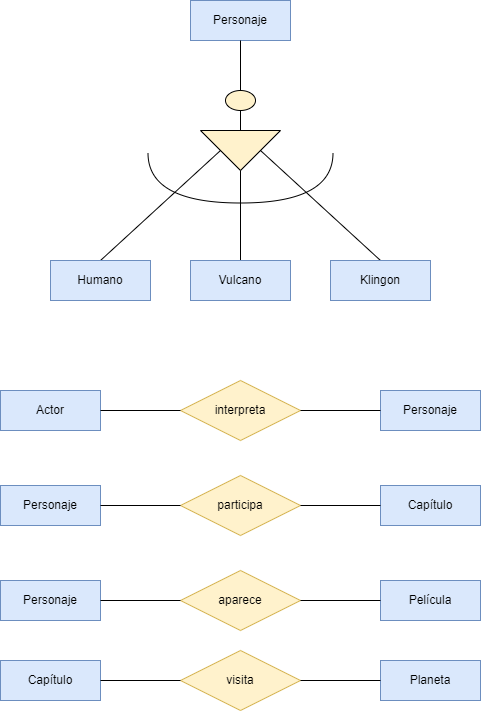
Above: Unidad-1/Tareas/Tarea_Entregable-3/Diagrama Tarea Entregable 3.drawio.png in RafaelMayor/base-datos (draw.io), before the change. Source tidied: cells renumbered, new cells last; positions are measured from the earlier drawing's top-left corner, leaving out a move shared by most shapes.
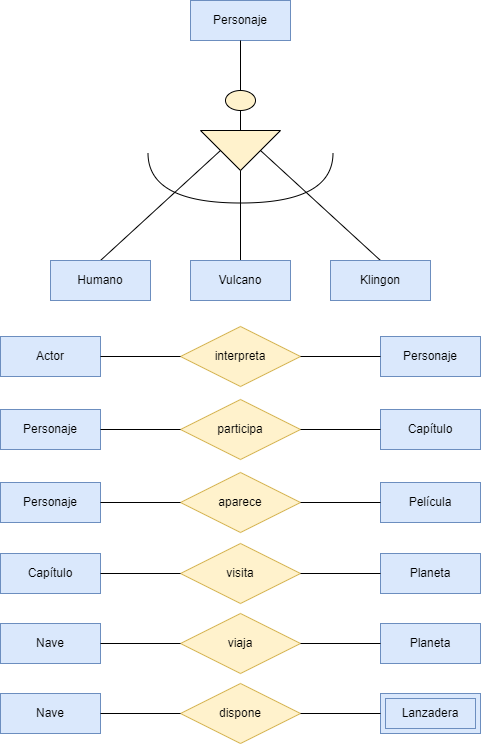
The same diagram one commit later.

What changed in the source:
```diff
@@ -3,16 +3,16 @@
     <mxCell id="0" />
     <mxCell id="1" parent="0" />
     <mxCell id="2" value="Actor" style="whiteSpace=wrap;html=1;align=center;fillColor=#dae8fc;strokeColor=#6c8ebf;" parent="1" vertex="1">
-      <mxGeometry y="390" width="100" height="40" as="geometry" />
+      <mxGeometry y="276" width="100" height="40" as="geometry" />
     </mxCell>
     <mxCell id="3" value="Personaje" style="whiteSpace=wrap;html=1;align=center;fillColor=#dae8fc;strokeColor=#6c8ebf;" parent="1" vertex="1">
-      <mxGeometry x="190" width="100" height="40" as="geometry" />
+      <mxGeometry x="190" y="-60" width="100" height="40" as="geometry" />
     </mxCell>
     <mxCell id="4" style="ellipse;whiteSpace=wrap;html=1;fillColor=#fff2cc;strokeColor=#000000;" parent="1" vertex="1">
-      <mxGeometry x="225" y="90" width="30" height="20" as="geometry" />
+      <mxGeometry x="225" y="30" width="30" height="20" as="geometry" />
     </mxCell>
     <mxCell id="5" style="triangle;whiteSpace=wrap;html=1;rotation=90;fillColor=#fff2cc;strokeColor=#000000;" parent="1" vertex="1">
-      <mxGeometry x="220" y="110" width="40" height="80" as="geometry" />
+      <mxGeometry x="220" y="50" width="40" height="80" as="geometry" />
     </mxCell>
     <mxCell id="6" style="endArrow=none;html=1;rounded=0;entryX=0.5;entryY=1;entryDx=0;entryDy=0;exitX=0.5;exitY=0;exitDx=0;exitDy=0;" parent="1" edge="1" source="4" target="3">
       <mxGeometry relative="1" as="geometry" />
@@ -30,22 +30,22 @@
       <mxGeometry relative="1" as="geometry" />
     </mxCell>
     <mxCell id="11" style="shape=requiredInterface;html=1;verticalLabelPosition=bottom;sketch=0;rotation=90;" parent="1" vertex="1">
-      <mxGeometry x="215" y="85" width="50" height="185" as="geometry" />
+      <mxGeometry x="215" y="25" width="50" height="185" as="geometry" />
     </mxCell>
     <mxCell id="12" value="Klingon" style="whiteSpace=wrap;html=1;align=center;fillColor=#dae8fc;strokeColor=#6c8ebf;" parent="1" vertex="1">
-      <mxGeometry x="330" y="260" width="100" height="40" as="geometry" />
+      <mxGeometry x="330" y="200" width="100" height="40" as="geometry" />
     </mxCell>
     <mxCell id="13" value="Vulcano" style="whiteSpace=wrap;html=1;align=center;fillColor=#dae8fc;strokeColor=#6c8ebf;" parent="1" vertex="1">
-      <mxGeometry x="190" y="260" width="100" height="40" as="geometry" />
+      <mxGeometry x="190" y="200" width="100" height="40" as="geometry" />
     </mxCell>
     <mxCell id="14" value="Humano" style="whiteSpace=wrap;html=1;align=center;fillColor=#dae8fc;strokeColor=#6c8ebf;" parent="1" vertex="1">
-      <mxGeometry x="50" y="260" width="100" height="40" as="geometry" />
+      <mxGeometry x="50" y="200" width="100" height="40" as="geometry" />
     </mxCell>
     <mxCell id="15" value="Personaje" style="whiteSpace=wrap;html=1;align=center;fillColor=#dae8fc;strokeColor=#6c8ebf;" parent="1" vertex="1">
-      <mxGeometry x="380" y="390" width="100" height="40" as="geometry" />
+      <mxGeometry x="380" y="276" width="100" height="40" as="geometry" />
     </mxCell>
     <mxCell id="16" value="interpreta" style="shape=rhombus;perimeter=rhombusPerimeter;whiteSpace=wrap;html=1;align=center;fillColor=#fff2cc;strokeColor=#d6b656;" parent="1" vertex="1">
-      <mxGeometry x="180" y="380" width="120" height="60" as="geometry" />
+      <mxGeometry x="180" y="266" width="120" height="60" as="geometry" />
     </mxCell>
     <mxCell id="17" style="endArrow=none;html=1;rounded=0;exitX=0;exitY=0.5;exitDx=0;exitDy=0;entryX=1;entryY=0.5;entryDx=0;entryDy=0;" parent="1" edge="1" source="15" target="16">
       <mxGeometry relative="1" as="geometry" />
@@ -54,13 +54,13 @@
       <mxGeometry relative="1" as="geometry" />
     </mxCell>
     <mxCell id="19" value="Personaje" style="whiteSpace=wrap;html=1;align=center;fillColor=#dae8fc;strokeColor=#6c8ebf;" parent="1" vertex="1">
-      <mxGeometry y="485" width="100" height="40" as="geometry" />
+      <mxGeometry y="349" width="100" height="40" as="geometry" />
     </mxCell>
     <mxCell id="20" value="participa" style="shape=rhombus;perimeter=rhombusPerimeter;whiteSpace=wrap;html=1;align=center;fillColor=#fff2cc;strokeColor=#d6b656;" parent="1" vertex="1">
-      <mxGeometry x="180" y="475" width="120" height="60" as="geometry" />
+      <mxGeometry x="180" y="339" width="120" height="60" as="geometry" />
     </mxCell>
     <mxCell id="21" value="Capítulo" style="whiteSpace=wrap;html=1;align=center;fillColor=#dae8fc;strokeColor=#6c8ebf;" parent="1" vertex="1">
-      <mxGeometry x="380" y="485" width="100" height="40" as="geometry" />
+      <mxGeometry x="380" y="349" width="100" height="40" as="geometry" />
     </mxCell>
     <mxCell id="22" style="endArrow=none;html=1;rounded=0;entryX=0;entryY=0.5;entryDx=0;entryDy=0;exitX=1;exitY=0.5;exitDx=0;exitDy=0;" parent="1" edge="1" source="20" target="21">
       <mxGeometry relative="1" as="geometry" />
@@ -69,13 +69,13 @@
       <mxGeometry relative="1" as="geometry" />
     </mxCell>
     <mxCell id="24" value="Película" style="whiteSpace=wrap;html=1;align=center;fillColor=#dae8fc;strokeColor=#6c8ebf;" parent="1" vertex="1">
-      <mxGeometry x="380" y="580" width="100" height="40" as="geometry" />
+      <mxGeometry x="380" y="422" width="100" height="40" as="geometry" />
     </mxCell>
     <mxCell id="25" value="Personaje" style="whiteSpace=wrap;html=1;align=center;fillColor=#dae8fc;strokeColor=#6c8ebf;" parent="1" vertex="1">
-      <mxGeometry y="580" width="100" height="40" as="geometry" />
+      <mxGeometry y="422" width="100" height="40" as="geometry" />
     </mxCell>
     <mxCell id="26" value="aparece" style="shape=rhombus;perimeter=rhombusPerimeter;whiteSpace=wrap;html=1;align=center;fillColor=#fff2cc;strokeColor=#d6b656;" parent="1" vertex="1">
-      <mxGeometry x="180" y="570" width="120" height="60" as="geometry" />
+      <mxGeometry x="180" y="412" width="120" height="60" as="geometry" />
     </mxCell>
     <mxCell id="27" style="endArrow=none;html=1;rounded=0;exitX=1;exitY=0.5;exitDx=0;exitDy=0;entryX=0;entryY=0.5;entryDx=0;entryDy=0;" parent="1" edge="1" source="25" target="26">
       <mxGeometry relative="1" as="geometry" />
@@ -84,13 +84,13 @@
       <mxGeometry relative="1" as="geometry" />
     </mxCell>
     <mxCell id="29" value="Capítulo" style="whiteSpace=wrap;html=1;align=center;fillColor=#dae8fc;strokeColor=#6c8ebf;" parent="1" vertex="1">
-      <mxGeometry y="660" width="100" height="40" as="geometry" />
+      <mxGeometry y="493" width="100" height="40" as="geometry" />
     </mxCell>
     <mxCell id="30" value="visita" style="shape=rhombus;perimeter=rhombusPerimeter;whiteSpace=wrap;html=1;align=center;fillColor=#fff2cc;strokeColor=#d6b656;" parent="1" vertex="1">
-      <mxGeometry x="180" y="650" width="120" height="60" as="geometry" />
+      <mxGeometry x="180" y="483" width="120" height="60" as="geometry" />
     </mxCell>
     <mxCell id="31" value="Planeta" style="whiteSpace=wrap;html=1;align=center;fillColor=#dae8fc;strokeColor=#6c8ebf;" parent="1" vertex="1">
-      <mxGeometry x="380" y="660" width="100" height="40" as="geometry" />
+      <mxGeometry x="380" y="493" width="100" height="40" as="geometry" />
     </mxCell>
     <mxCell id="32" style="endArrow=none;html=1;rounded=0;entryX=0;entryY=0.5;entryDx=0;entryDy=0;exitX=1;exitY=0.5;exitDx=0;exitDy=0;" parent="1" edge="1" source="30" target="31">
       <mxGeometry relative="1" as="geometry" />
@@ -98,5 +98,35 @@
     <mxCell id="33" style="endArrow=none;html=1;rounded=0;entryX=0;entryY=0.5;entryDx=0;entryDy=0;exitX=1;exitY=0.5;exitDx=0;exitDy=0;" parent="1" edge="1" source="29" target="30">
       <mxGeometry relative="1" as="geometry" />
     </mxCell>
+    <mxCell id="34" value="Nave" style="whiteSpace=wrap;html=1;align=center;fillColor=#dae8fc;strokeColor=#6c8ebf;" parent="1" vertex="1">
+      <mxGeometry y="563" width="100" height="40" as="geometry" />
+    </mxCell>
+    <mxCell id="35" value="Planeta" style="whiteSpace=wrap;html=1;align=center;fillColor=#dae8fc;strokeColor=#6c8ebf;" parent="1" vertex="1">
+      <mxGeometry x="380" y="563" width="100" height="40" as="geometry" />
+    </mxCell>
+    <mxCell id="36" value="viaja" style="shape=rhombus;perimeter=rhombusPerimeter;whiteSpace=wrap;html=1;align=center;fillColor=#fff2cc;strokeColor=#d6b656;" parent="1" vertex="1">
+      <mxGeometry x="180" y="553" width="120" height="60" as="geometry" />
+    </mxCell>
+    <mxCell id="37" style="endArrow=none;html=1;rounded=0;exitX=0;exitY=0.5;exitDx=0;exitDy=0;entryX=1;entryY=0.5;entryDx=0;entryDy=0;" parent="1" edge="1" source="35" target="36">
+      <mxGeometry relative="1" as="geometry" />
+    </mxCell>
+    <mxCell id="38" style="endArrow=none;html=1;rounded=0;entryX=0;entryY=0.5;entryDx=0;entryDy=0;exitX=1;exitY=0.5;exitDx=0;exitDy=0;" parent="1" edge="1" source="34" target="36">
+      <mxGeometry relative="1" as="geometry" />
+    </mxCell>
+    <mxCell id="39" value="Nave" style="whiteSpace=wrap;html=1;align=center;fillColor=#dae8fc;strokeColor=#6c8ebf;" parent="1" vertex="1">
+      <mxGeometry y="633" width="100" height="40" as="geometry" />
+    </mxCell>
+    <mxCell id="40" value="dispone" style="shape=rhombus;perimeter=rhombusPerimeter;whiteSpace=wrap;html=1;align=center;fillColor=#fff2cc;strokeColor=#d6b656;" parent="1" vertex="1">
+      <mxGeometry x="180" y="623" width="120" height="60" as="geometry" />
+    </mxCell>
+    <mxCell id="41" value="Lanzadera" style="shape=ext;margin=3;double=1;whiteSpace=wrap;html=1;align=center;fillColor=#dae8fc;strokeColor=#6c8ebf;" parent="1" vertex="1">
+      <mxGeometry x="380" y="633" width="100" height="40" as="geometry" />
+    </mxCell>
+    <mxCell id="42" style="endArrow=none;html=1;rounded=0;entryX=0;entryY=0.5;entryDx=0;entryDy=0;exitX=1;exitY=0.5;exitDx=0;exitDy=0;" parent="1" edge="1" source="40" target="41">
+      <mxGeometry relative="1" as="geometry" />
+    </mxCell>
+    <mxCell id="43" style="endArrow=none;html=1;rounded=0;entryX=0;entryY=0.5;entryDx=0;entryDy=0;exitX=1;exitY=0.5;exitDx=0;exitDy=0;" parent="1" edge="1" source="39" target="40">
+      <mxGeometry relative="1" as="geometry" />
+    </mxCell>
   </root>
 </mxGraphModel>
```
